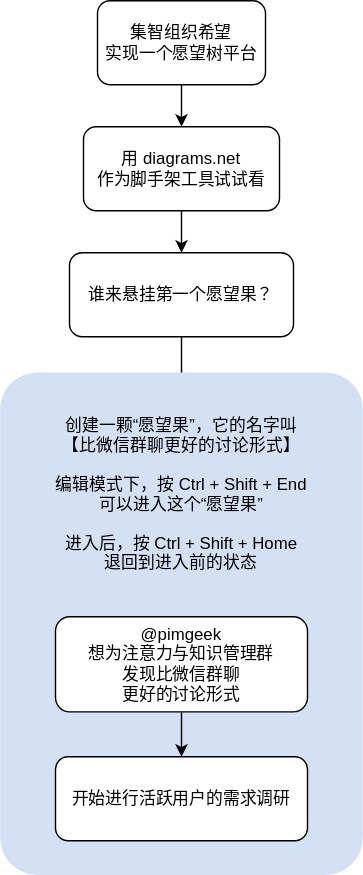
The draw.io diagram swarma-tree-of-wishes/集智愿望树.svg in swarma/km, before a commit. Source tidied: cells renumbered, new cells last; positions are measured from the earlier drawing's top-left corner, leaving out a move shared by most shapes.
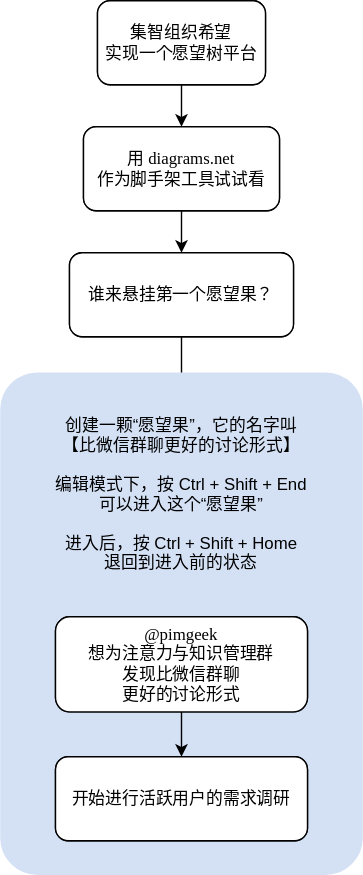
Above is the later version.

Commit message:
更新集智愿望树.svg (字体)

The edit, as a diff of the source:
```diff
@@ -8,7 +8,7 @@
     <mxCell id="3" value="创建一颗“愿望果”，它的名字叫&#10;【比微信群聊更好的讨论形式】&#10;&#10;编辑模式下，按 Ctrl + Shift + End&#10;可以进入这个“愿望果”&#10;&#10;进入后，按 Ctrl + Shift + Home&#10;退回到进入前的状态" style="rounded=1;shadow=0;comic=0;glass=0;strokeWidth=49;perimeterSpacing=0;strokeColor=#D4E1F5;fillColor=#D4E1F5;arcSize=1;imageHeight=24;verticalAlign=top;fixDash=0;" parent="1" vertex="1">
       <mxGeometry y="290" width="210" height="310" as="geometry" />
     </mxCell>
-    <mxCell id="4" value="@pimgeek&lt;br&gt;想为注意力与知识管理群&lt;br&gt;发现比微信群聊&lt;br&gt;更好的讨论形式" style="rounded=1;whiteSpace=wrap;html=1;" parent="3" vertex="1">
+    <mxCell id="4" value="@pimgeek&lt;br&gt;想为注意力与知识管理群&lt;br&gt;发现比微信群聊&lt;br&gt;更好的讨论形式" style="rounded=1;whiteSpace=wrap;html=1;fontFamily=Verdana;" parent="3" vertex="1">
       <mxGeometry x="15" y="150" width="180" height="68" as="geometry" />
     </mxCell>
     <mxCell id="5" value="开始进行活跃用户的需求调研" style="rounded=1;whiteSpace=wrap;html=1;snapToPoint=0;" parent="3" vertex="1">
@@ -17,19 +17,34 @@
     <mxCell id="6" style="edgeStyle=orthogonalEdgeStyle;rounded=0;jettySize=auto;html=1;" parent="3" edge="1" source="4" target="5">
       <mxGeometry relative="1" as="geometry" />
     </mxCell>
+    <mxCell id="12" value="谁来悬挂第一个愿望果？" style="rounded=1;whiteSpace=wrap;html=1;" parent="3" vertex="1">
+      <mxGeometry x="25" y="-110" width="160" height="60" as="geometry" />
+    </mxCell>
+    <mxCell id="13" value="用 diagrams.net&lt;br&gt;作为脚手架工具试试看" style="rounded=1;whiteSpace=wrap;html=1;" parent="3" vertex="1">
+      <mxGeometry x="35" y="-200" width="140" height="60" as="geometry" />
+    </mxCell>
+    <mxCell id="14" value="集智组织希望&lt;br&gt;实现一个愿望树平台" style="rounded=1;whiteSpace=wrap;html=1;" parent="3" vertex="1">
+      <mxGeometry x="45" y="-290" width="120" height="60" as="geometry" />
+    </mxCell>
+    <mxCell id="15" value="@pimgeek&lt;br&gt;想为注意力与知识管理群&lt;br&gt;发现比微信群聊&lt;br&gt;更好的讨论形式" style="rounded=1;whiteSpace=wrap;html=1;fontFamily=Verdana;" parent="3" vertex="1">
+      <mxGeometry x="15" y="150" width="180" height="68" as="geometry" />
+    </mxCell>
+    <mxCell id="16" value="开始进行活跃用户的需求调研" style="rounded=1;whiteSpace=wrap;html=1;fontFamily=Verdana;" parent="3" vertex="1">
+      <mxGeometry x="15" y="250" width="180" height="60" as="geometry" />
+    </mxCell>
     <mxCell id="7" style="edgeStyle=orthogonalEdgeStyle;rounded=0;jettySize=auto;html=1;" parent="1" edge="1" source="8" target="11">
       <mxGeometry relative="1" as="geometry" />
     </mxCell>
-    <mxCell id="8" value="集智组织希望&lt;br&gt;实现一个愿望树平台" style="rounded=1;whiteSpace=wrap;html=1;" parent="1" vertex="1">
+    <mxCell id="8" value="集智组织希望&lt;br&gt;实现一个愿望树平台" style="rounded=1;whiteSpace=wrap;html=1;fontFamily=Verdana;" parent="1" vertex="1">
       <mxGeometry x="45" width="120" height="60" as="geometry" />
     </mxCell>
-    <mxCell id="9" value="谁来悬挂第一个愿望果？" style="rounded=1;whiteSpace=wrap;html=1;" parent="1" vertex="1">
+    <mxCell id="9" value="谁来悬挂第一个愿望果？" style="rounded=1;whiteSpace=wrap;html=1;fontFamily=Verdana;" parent="1" vertex="1">
       <mxGeometry x="25" y="180" width="160" height="60" as="geometry" />
     </mxCell>
     <mxCell id="10" style="edgeStyle=orthogonalEdgeStyle;rounded=0;jettySize=auto;html=1;" parent="1" edge="1" source="11" target="9">
       <mxGeometry relative="1" as="geometry" />
     </mxCell>
-    <mxCell id="11" value="用 diagrams.net&lt;br&gt;作为脚手架工具试试看" style="rounded=1;whiteSpace=wrap;html=1;" parent="1" vertex="1">
+    <mxCell id="11" value="用 diagrams.net&lt;br&gt;作为脚手架工具试试看" style="rounded=1;whiteSpace=wrap;html=1;fontFamily=Verdana;" parent="1" vertex="1">
       <mxGeometry x="35" y="90" width="140" height="60" as="geometry" />
     </mxCell>
   </root>
```
